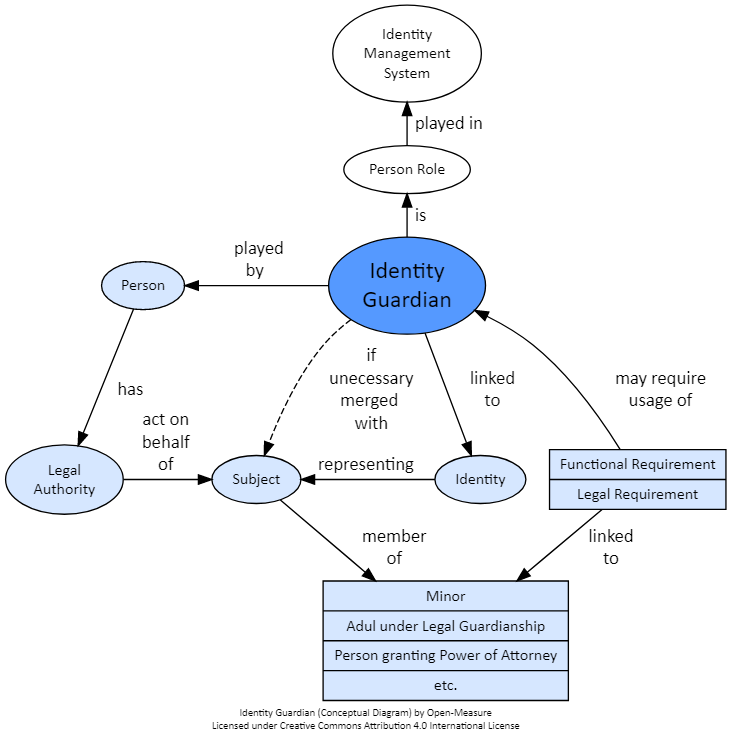
Before: Dictionary/identity-guardian.png, a diagram exported from Graphviz (Open-Measure/Graphviz-Models). Its source is kept beside it as Dictionary/identity-guardian.gv. The source it was exported from:
```dot
digraph G {
	rankdir="TB";
	ranksep="0";
	splines="curve";
	#newrank=true;
	#packmode="clust";
	#compound=true;
	fontname="Calibri";
	label="Identity Guardian (Conceptual Diagram) by Open-Measure\nLicensed under Creative Commons Attribution 4.0 International License";
	fontsize=8;
	node[shape="ellipse", fontsize=12, fillcolor="#d6e7ff", style="filled", fontname="Calibri"];
	edge[fontname="Calibri", minlen="1"];

	# Parent Concept
	n_ims [label="Identity\nManagement\nSystem", fillcolor="#ffffff"];
	n_ims -> n_role [weight=10, label="  played in  ", dir="back"];
	n_role [label="Person Role", fillcolor="#ffffff"];
	n_role -> n_guardian [weight=10, label="  is  ", dir="back"];

	# Concept
	n_guardian [label="Identity\nGuardian", fontsize=18, fillcolor="#5599ff", URL="https://open-measure.atlassian.net/wiki/spaces/DIC/pages/1323597918"];

	# Distinctive Characteristics
	n_subject -> n_identity [weight=10, label="  representing  ", dir="back"];
	n_person [label="Person"]
	n_person -> n_guardian [weight=10, label="  played \n  by  ", dir="back"];
	n_identity [label="Identity"]
	n_guardian -> n_identity [weight=10, label="  linked  \n  to  "];
	n_subject [label="Subject"]
	n_legal_authority [label="Legal\nAuthority"]
	n_person -> n_legal_authority [weight=10, label="has"];
	n_legal_authority -> n_subject [weight=10, label="  act on  \n  behalf  \n  of  "];
	n_requirements [label="{Functional Requirement|Legal Requirement}", shape="record"];
	n_guardian -> n_requirements [weight=10, label="  may require  \n  usage of  ", dir="back"];
	n_populations [label="{Minor|Adul under Legal Guardianship|Person granting Power of Attorney|etc.}", shape="record"]
	n_requirements -> n_populations [weight=10, label="  linked  \n  to  "];
	n_guardian -> n_subject [weight=10, label="  if  \n  unecessary  \n merged  \n  with  ", style="dashed"];
	n_subject -> n_populations [weight=10, label="  member  \n  of  "];

	# Invisible Links
	n_subject -> n_requirements [style=invis];
	#n_identity -> n_requirements [style=invis];

	# Levels
	{ rank=same; n_identity; n_legal_authority; n_subject; }
	{ rank=same; n_person; n_guardian; }
	{ rank=same; n_identity; n_requirements; }
}
```
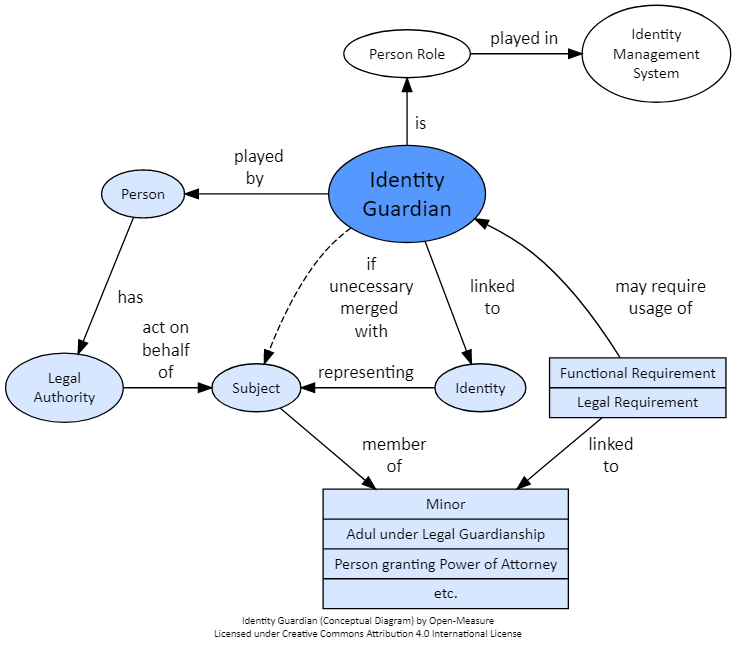
After the change.

What changed in the source:
```diff
@@ -13,7 +13,7 @@
 
 	# Parent Concept
 	n_ims [label="Identity\nManagement\nSystem", fillcolor="#ffffff"];
-	n_ims -> n_role [weight=10, label="  played in  ", dir="back"];
+	n_role -> n_ims [weight=10, label="  played in  "];
 	n_role [label="Person Role", fillcolor="#ffffff"];
 	n_role -> n_guardian [weight=10, label="  is  ", dir="back"];
 
@@ -39,10 +39,11 @@
 
 	# Invisible Links
 	n_subject -> n_requirements [style=invis];
-	#n_identity -> n_requirements [style=invis];
+	#n_ims -> n_role [style=invis];
 
 	# Levels
 	{ rank=same; n_identity; n_legal_authority; n_subject; }
 	{ rank=same; n_person; n_guardian; }
 	{ rank=same; n_identity; n_requirements; }
+	{ rank=same; n_ims; n_role; }
 }
```
